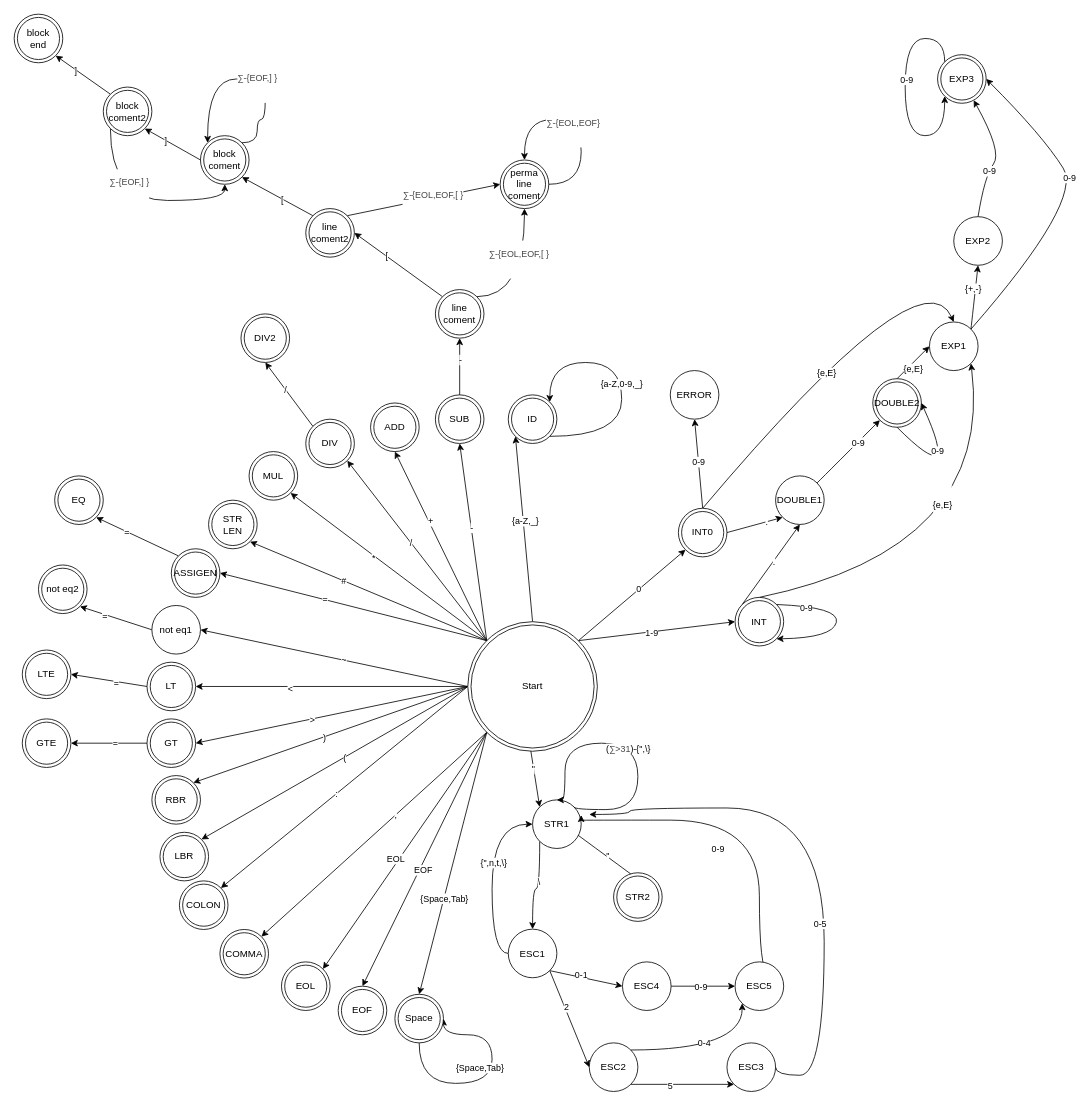
The draw.io diagram doc/scaner.drawio in JakubKomar/Prekladac-jazyka-teal, before the edit. Source tidied: cells renumbered, new cells numbered last; positions are measured from the earlier drawing's top-left corner, leaving out a move shared by most shapes. Both pictures are drawn from the tidied source at 81%, with x=0, y=0 at pixel (14, 14).
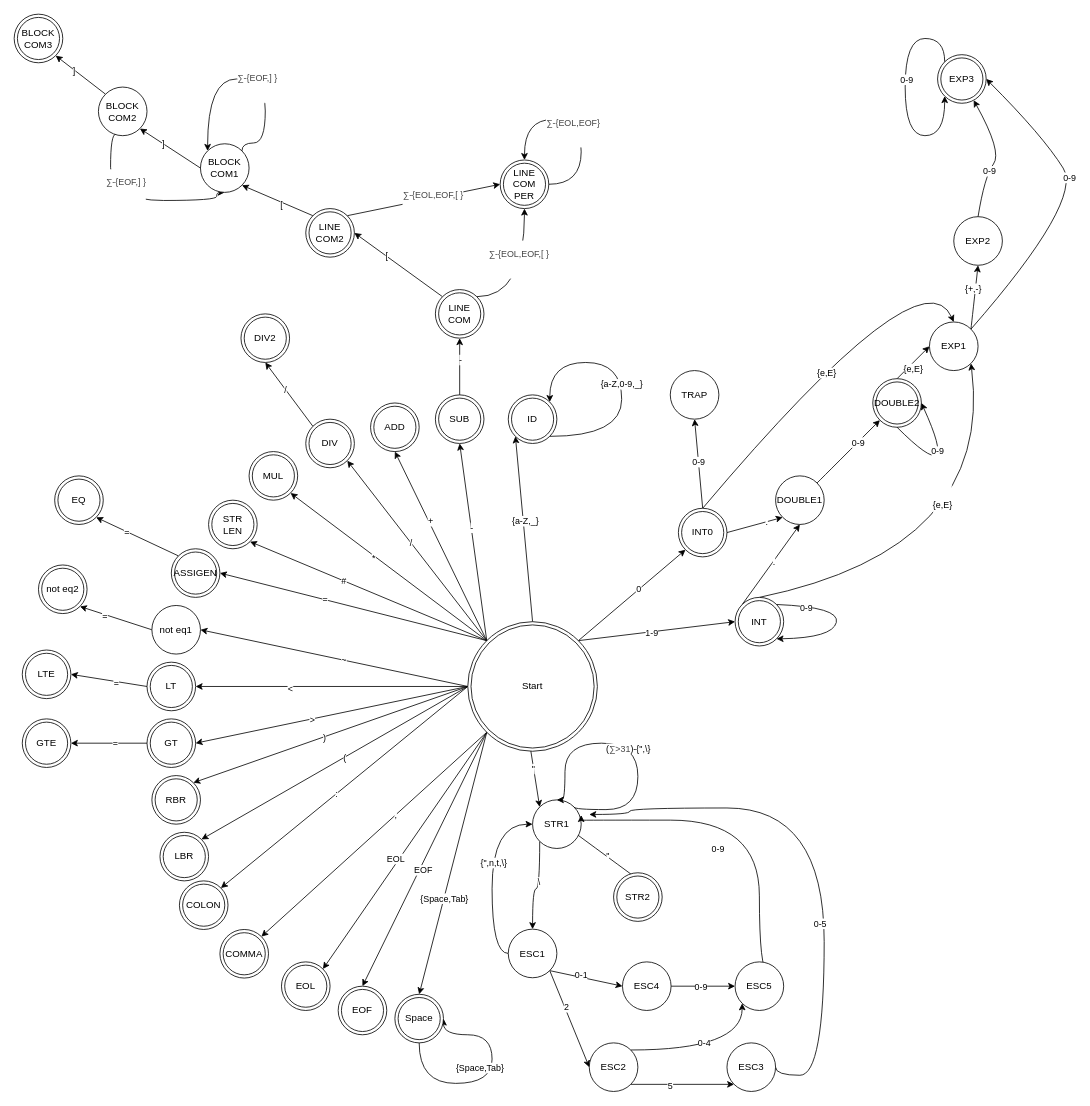
After the change.

The edit, as a diff of the source:
```diff
@@
-    <mxCell id="54" value="line coment" style="ellipse;shape=doubleEllipse;whiteSpace=wrap;html=1;" parent="1" vertex="1">
+    <mxCell id="54" value="LINE COM" style="ellipse;shape=doubleEllipse;whiteSpace=wrap;html=1;" parent="1" vertex="1">
       <mxGeometry x="520" y="340" width="60" height="60" as="geometry" />
     </mxCell>
@@
-    <mxCell id="57" style="edgeStyle=none;rounded=0;jettySize=auto;html=1;exitX=0;exitY=0;exitDx=0;exitDy=0;entryX=1;entryY=1;entryDx=0;entryDy=0;" parent="1" edge="1" source="59" target="63">
+    <mxCell id="57" style="edgeStyle=none;rounded=0;jettySize=auto;html=1;exitX=0;exitY=0;exitDx=0;exitDy=0;entryX=1;entryY=1;entryDx=0;entryDy=0;" parent="1" edge="1" source="59" target="169">
       <mxGeometry relative="1" as="geometry" />
     </mxCell>
@@
-    <mxCell id="59" value="line coment2" style="ellipse;shape=doubleEllipse;whiteSpace=wrap;html=1;" parent="1" vertex="1">
+    <mxCell id="59" value="LINE COM2" style="ellipse;shape=doubleEllipse;whiteSpace=wrap;html=1;" parent="1" vertex="1">
       <mxGeometry x="360" y="240" width="60" height="60" as="geometry" />
     </mxCell>
-    <mxCell id="60" value="perma line coment" style="ellipse;shape=doubleEllipse;whiteSpace=wrap;html=1;" parent="1" vertex="1">
+    <mxCell id="60" value="LINE COM PER" style="ellipse;shape=doubleEllipse;whiteSpace=wrap;html=1;" parent="1" vertex="1">
       <mxGeometry x="600" y="180" width="60" height="60" as="geometry" />
     </mxCell>
-    <mxCell id="61" style="rounded=0;jettySize=auto;html=1;exitX=0;exitY=0.5;exitDx=0;exitDy=0;entryX=1;entryY=1;entryDx=0;entryDy=0;" parent="1" edge="1" source="63" target="73">
+    <mxCell id="61" style="rounded=0;jettySize=auto;html=1;exitX=0;exitY=0.5;exitDx=0;exitDy=0;entryX=1;entryY=1;entryDx=0;entryDy=0;" parent="1" edge="1" source="169" target="170">
       <mxGeometry relative="1" as="geometry" />
     </mxCell>
@@
-    <mxCell id="63" value="block&lt;br&gt;coment" style="ellipse;shape=doubleEllipse;whiteSpace=wrap;html=1;" parent="1" vertex="1">
-      <mxGeometry x="230" y="150" width="60" height="60" as="geometry" />
-    </mxCell>
@@
-    <mxCell id="67" style="edgeStyle=orthogonalEdgeStyle;curved=1;rounded=0;orthogonalLoop=1;jettySize=auto;html=1;exitX=1;exitY=0;exitDx=0;exitDy=0;entryX=0;entryY=0;entryDx=0;entryDy=0;" parent="1" edge="1" source="63" target="63">
+    <mxCell id="67" style="edgeStyle=orthogonalEdgeStyle;curved=1;rounded=0;orthogonalLoop=1;jettySize=auto;html=1;exitX=1;exitY=0;exitDx=0;exitDy=0;entryX=0;entryY=0;entryDx=0;entryDy=0;" parent="1" edge="1" source="169" target="169">
       <mxGeometry relative="1" as="geometry">
         <Array as="points">
-          <mxPoint x="300" y="159" />
-          <mxPoint x="300" y="130" />
-          <mxPoint x="310" y="130" />
+          <mxPoint x="281" y="159" />
+          <mxPoint x="310" y="159" />
           <mxPoint x="310" y="80" />
           <mxPoint x="239" y="80" />
         </Array>
       </mxGeometry>
     </mxCell>
@@
-    <mxCell id="69" style="edgeStyle=orthogonalEdgeStyle;curved=1;rounded=0;jettySize=auto;html=1;exitX=0;exitY=1;exitDx=0;exitDy=0;entryX=0.5;entryY=1;entryDx=0;entryDy=0;" parent="1" edge="1" source="73" target="63">
+    <mxCell id="69" style="edgeStyle=orthogonalEdgeStyle;curved=1;rounded=0;jettySize=auto;html=1;exitX=0.36;exitY=0.967;exitDx=0;exitDy=0;entryX=0.5;entryY=1;entryDx=0;entryDy=0;exitPerimeter=0;" parent="1" edge="1" source="170" target="169">
       <mxGeometry relative="1" as="geometry">
         <Array as="points">
+          <mxPoint x="119" y="148" />
           <mxPoint x="119" y="230" />
-          <mxPoint x="260" y="230" />
+          <mxPoint x="250" y="230" />
+          <mxPoint x="250" y="220" />
         </Array>
       </mxGeometry>
     </mxCell>
@@
-    <mxCell id="71" style="rounded=0;jettySize=auto;html=1;exitX=0;exitY=0;exitDx=0;exitDy=0;entryX=1;entryY=1;entryDx=0;entryDy=0;" parent="1" edge="1" source="73" target="74">
+    <mxCell id="71" style="rounded=0;jettySize=auto;html=1;exitX=0;exitY=0;exitDx=0;exitDy=0;entryX=1;entryY=1;entryDx=0;entryDy=0;" parent="1" edge="1" source="170" target="74">
       <mxGeometry relative="1" as="geometry" />
     </mxCell>
@@
-    <mxCell id="73" value="block&lt;br&gt;coment2" style="ellipse;shape=doubleEllipse;whiteSpace=wrap;html=1;" parent="1" vertex="1">
-      <mxGeometry x="110" y="90" width="60" height="60" as="geometry" />
-    </mxCell>
-    <mxCell id="74" value="block&lt;br&gt;end" style="ellipse;shape=doubleEllipse;whiteSpace=wrap;html=1;" parent="1" vertex="1">
+    <mxCell id="74" value="BLOCK&lt;br&gt;COM3" style="ellipse;shape=doubleEllipse;whiteSpace=wrap;html=1;" parent="1" vertex="1">
       <mxGeometry width="60" height="60" as="geometry" />
     </mxCell>
@@
-    <mxCell id="166" value="ERROR" style="ellipse;whiteSpace=wrap;html=1;" parent="1" vertex="1">
+    <mxCell id="166" value="TRAP" style="ellipse;whiteSpace=wrap;html=1;" parent="1" vertex="1">
       <mxGeometry x="810" y="440" width="60" height="60" as="geometry" />
     </mxCell>
@@
+    <mxCell id="169" value="&lt;span&gt;BLOCK COM1&lt;/span&gt;" style="ellipse;whiteSpace=wrap;html=1;" parent="1" vertex="1">
+      <mxGeometry x="230" y="160" width="60" height="60" as="geometry" />
+    </mxCell>
+    <mxCell id="170" value="&lt;span&gt;BLOCK COM2&lt;/span&gt;" style="ellipse;whiteSpace=wrap;html=1;" parent="1" vertex="1">
+      <mxGeometry x="104" y="90" width="60" height="60" as="geometry" />
+    </mxCell>
```
